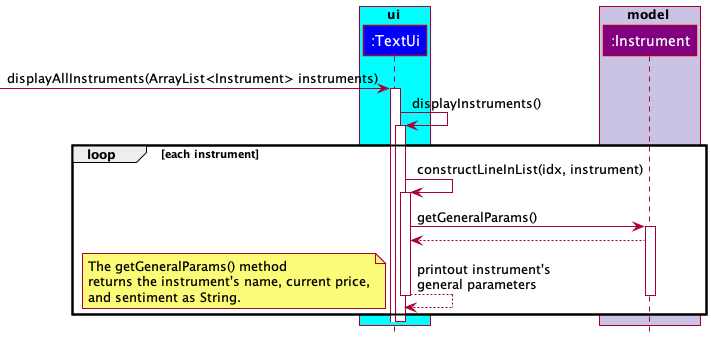
This is docs/images/TextUiDisplayInstrumentGeneralParams.png from williamlamjy/mTracker, a PlantUML export, as it was before one commit.
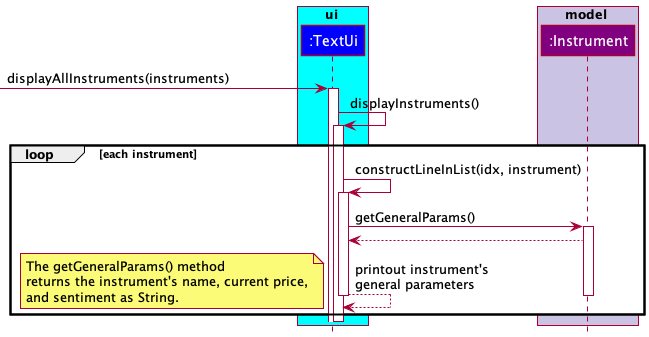
After the commit.

The edit, as a diff of the source:
```diff
@@ -9,7 +9,7 @@
 participant ":Instrument" as Instrument COLOR_MODEL
 end box
 
-[-> TextUi : displayAllInstruments(ArrayList<Instrument> instruments)
+[-> TextUi : displayAllInstruments(instruments)
 activate TextUi
 
 TextUi -> TextUi : displayInstruments()
```
